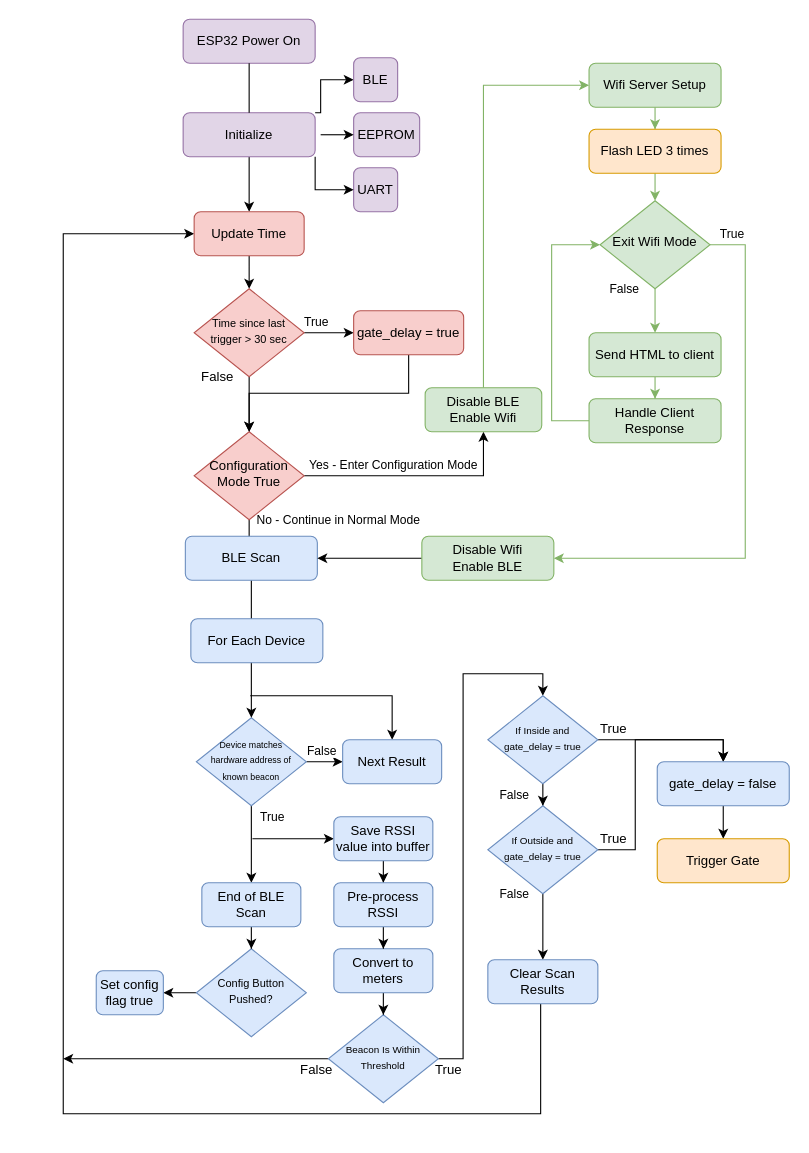
Before: flow_diagrams/Untitled Diagram.drawio in adojang/Tarentaal_X, a draw.io diagram. Source tidied: cells renumbered, new cells numbered last; positions are measured from the earlier drawing's top-left corner, leaving out a move shared by most shapes. Both pictures are drawn from the tidied source at 110%, with x=0, y=0 at pixel (63, 19).
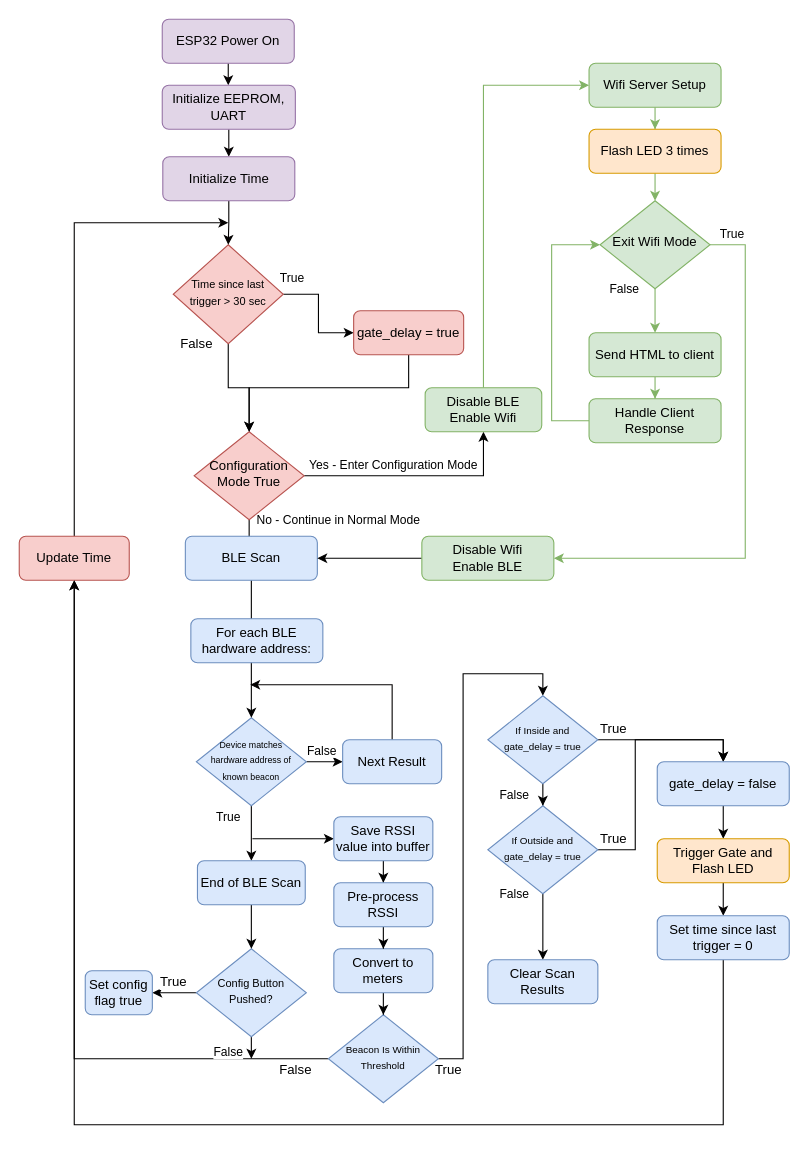
Above is the later version.

Unchanged cells that the change refers to:
```xml
<mxCell id="5" value="Configuration Mode True" style="rhombus;whiteSpace=wrap;html=1;shadow=0;fontFamily=Helvetica;fontSize=12;align=center;strokeWidth=1;spacing=6;spacingTop=-4;fillColor=#f8cecc;strokeColor=#b85450;" parent="1" vertex="1">
  <mxGeometry x="119" y="375" width="100" height="80" as="geometry" />
</mxCell>
<mxCell id="8" value="&lt;font style=&quot;font-size: 8px&quot;&gt;Device matches hardware address of known beacon&lt;/font&gt;" style="rhombus;whiteSpace=wrap;html=1;shadow=0;fontFamily=Helvetica;fontSize=12;align=center;strokeWidth=1;spacing=6;spacingTop=-4;fillColor=#dae8fc;strokeColor=#6c8ebf;" parent="1" vertex="1">
  <mxGeometry x="121" y="635" width="100" height="80" as="geometry" />
</mxCell>
<mxCell id="25" value="gate_delay = true" style="rounded=1;whiteSpace=wrap;html=1;fontSize=12;glass=0;strokeWidth=1;shadow=0;fillColor=#f8cecc;strokeColor=#b85450;" parent="1" vertex="1">
  <mxGeometry x="264" y="265" width="100" height="40" as="geometry" />
</mxCell>
<mxCell id="30" value="Next Result" style="rounded=1;whiteSpace=wrap;html=1;fontSize=12;glass=0;strokeWidth=1;shadow=0;fillColor=#dae8fc;strokeColor=#6c8ebf;" parent="1" vertex="1">
  <mxGeometry x="254" y="655" width="90" height="40" as="geometry" />
</mxCell>
<mxCell id="36" value="&lt;font style=&quot;font-size: 9px&quot;&gt;Beacon Is Within Threshold&lt;/font&gt;" style="rhombus;whiteSpace=wrap;html=1;shadow=0;fontFamily=Helvetica;fontSize=12;align=center;strokeWidth=1;spacing=6;spacingTop=-4;fillColor=#dae8fc;strokeColor=#6c8ebf;" parent="1" vertex="1">
  <mxGeometry x="241" y="905" width="100" height="80" as="geometry" />
</mxCell>
<mxCell id="38" value="&lt;font size=&quot;1&quot;&gt;Config Button Pushed?&lt;/font&gt;" style="rhombus;whiteSpace=wrap;html=1;shadow=0;fontFamily=Helvetica;fontSize=12;align=center;strokeWidth=1;spacing=6;spacingTop=-4;fillColor=#dae8fc;strokeColor=#6c8ebf;" parent="1" vertex="1">
  <mxGeometry x="121" y="845" width="100" height="80" as="geometry" />
</mxCell>
<mxCell id="49" value="Clear Scan Results" style="rounded=1;whiteSpace=wrap;html=1;fontSize=12;glass=0;strokeWidth=1;shadow=0;fillColor=#dae8fc;strokeColor=#6c8ebf;" parent="1" vertex="1">
  <mxGeometry x="386" y="855" width="100" height="40" as="geometry" />
</mxCell>
```

The edit, as a diff of the source:
```diff
@@
+    <mxCell id="13" style="edgeStyle=orthogonalEdgeStyle;rounded=0;jettySize=auto;html=1;entryX=0.5;entryY=0;entryDx=0;entryDy=0;fontSize=11;endArrow=classic;endFill=1;startSize=8;endSize=6;sourcePerimeterSpacing=0;targetPerimeterSpacing=0;strokeColor=#030000;strokeWidth=1;" parent="1" edge="1" source="2" target="12">
+      <mxGeometry relative="1" as="geometry" />
+    </mxCell>
     <mxCell id="2" value="ESP32 Power On" style="rounded=1;whiteSpace=wrap;html=1;fontSize=12;glass=0;strokeWidth=1;shadow=0;fillColor=#e1d5e7;strokeColor=#9673a6;" parent="1" vertex="1">
-      <mxGeometry x="109" width="120" height="40" as="geometry" />
+      <mxGeometry x="90" width="120" height="40" as="geometry" />
     </mxCell>
@@
-    <mxCell id="7" value="True" style="edgeStyle=orthogonalEdgeStyle;rounded=0;sketch=0;jettySize=auto;html=1;entryX=0.5;entryY=0;entryDx=0;entryDy=0;shadow=0;fontColor=#000000;startArrow=none;startFill=0;endArrow=classic;endFill=1;strokeColor=#000000;strokeWidth=1;" parent="1" edge="1" source="8" target="66">
-      <mxGeometry x="-0.71" y="19" relative="1" as="geometry">
-        <Array as="points">
-          <mxPoint x="171" y="785" />
-        </Array>
-      </mxGeometry>
+    <mxCell id="7" value="True" style="edgeStyle=orthogonalEdgeStyle;rounded=0;jettySize=auto;html=1;entryX=0.5;entryY=0;entryDx=0;entryDy=0;fontSize=11;endArrow=classic;endFill=1;startSize=8;endSize=6;sourcePerimeterSpacing=0;targetPerimeterSpacing=0;strokeColor=#030000;strokeWidth=1;" parent="1" edge="1" source="8" target="66">
+      <mxGeometry x="-0.6" y="-21" relative="1" as="geometry" />
     </mxCell>
@@
-    <mxCell id="11" style="edgeStyle=orthogonalEdgeStyle;rounded=0;jettySize=auto;html=1;entryX=0.5;entryY=0;entryDx=0;entryDy=0;endArrow=classic;endFill=1;" parent="1" edge="1" source="12" target="63">
-      <mxGeometry relative="1" as="geometry" />
-    </mxCell>
+    <mxCell id="71" style="edgeStyle=orthogonalEdgeStyle;rounded=0;jettySize=auto;html=1;entryX=0.5;entryY=0;entryDx=0;entryDy=0;fontSize=11;endArrow=classic;endFill=1;startSize=8;endSize=6;sourcePerimeterSpacing=0;targetPerimeterSpacing=0;strokeColor=#030000;strokeWidth=1;" parent="1" edge="1" source="12" target="76">
+      <mxGeometry relative="1" as="geometry" />
+    </mxCell>
-    <mxCell id="12" value="Initialize" style="rounded=1;whiteSpace=wrap;html=1;fontSize=12;glass=0;strokeWidth=1;shadow=0;fillColor=#e1d5e7;strokeColor=#9673a6;" parent="1" vertex="1">
-      <mxGeometry x="109" y="85" width="120" height="40" as="geometry" />
+    <mxCell id="12" value="Initialize EEPROM, UART" style="rounded=1;whiteSpace=wrap;html=1;fontSize=12;glass=0;strokeWidth=1;shadow=0;fillColor=#e1d5e7;strokeColor=#9673a6;" parent="1" vertex="1">
+      <mxGeometry x="90" y="60" width="121" height="40" as="geometry" />
     </mxCell>
-    <mxCell id="13" style="rounded=0;html=1;jettySize=auto;fontSize=11;endArrow=none;endFill=0;endSize=8;strokeWidth=1;shadow=0;labelBackgroundColor=none;edgeStyle=orthogonalEdgeStyle;" parent="1" edge="1" source="2" target="12">
-      <mxGeometry relative="1" as="geometry" />
-    </mxCell>
-    <mxCell id="14" style="edgeStyle=orthogonalEdgeStyle;rounded=0;jettySize=auto;html=1;exitX=1;exitY=0;exitDx=0;exitDy=0;entryX=0;entryY=0.5;entryDx=0;entryDy=0;" parent="1" edge="1" source="12" target="15">
-      <mxGeometry relative="1" as="geometry">
-        <Array as="points">
-          <mxPoint x="234" y="55" />
-        </Array>
-      </mxGeometry>
-    </mxCell>
-    <mxCell id="15" value="BLE" style="rounded=1;whiteSpace=wrap;html=1;fontSize=12;glass=0;strokeWidth=1;shadow=0;fillColor=#e1d5e7;strokeColor=#9673a6;" parent="1" vertex="1">
-      <mxGeometry x="264" y="35" width="40" height="40" as="geometry" />
-    </mxCell>
-    <mxCell id="16" value="EEPROM" style="rounded=1;whiteSpace=wrap;html=1;fontSize=12;glass=0;strokeWidth=1;shadow=0;fillColor=#e1d5e7;strokeColor=#9673a6;" parent="1" vertex="1">
-      <mxGeometry x="264" y="85" width="60" height="40" as="geometry" />
-    </mxCell>
-    <mxCell id="17" value="UART" style="rounded=1;whiteSpace=wrap;html=1;fontSize=12;glass=0;strokeWidth=1;shadow=0;fillColor=#e1d5e7;strokeColor=#9673a6;" parent="1" vertex="1">
-      <mxGeometry x="264" y="135" width="40" height="40" as="geometry" />
-    </mxCell>
-    <mxCell id="18" style="edgeStyle=orthogonalEdgeStyle;rounded=0;jettySize=auto;html=1;entryX=0;entryY=0.5;entryDx=0;entryDy=0;" parent="1" edge="1" target="16">
-      <mxGeometry relative="1" as="geometry">
-        <mxPoint x="234" y="105" as="sourcePoint" />
-      </mxGeometry>
-    </mxCell>
-    <mxCell id="19" style="edgeStyle=orthogonalEdgeStyle;rounded=0;jettySize=auto;html=1;entryX=0;entryY=0.5;entryDx=0;entryDy=0;exitX=1;exitY=1;exitDx=0;exitDy=0;" parent="1" edge="1" source="12" target="17">
-      <mxGeometry relative="1" as="geometry" />
-    </mxCell>
-    <mxCell id="20" style="edgeStyle=orthogonalEdgeStyle;rounded=0;jettySize=auto;html=1;exitX=0.5;exitY=1;exitDx=0;exitDy=0;" parent="1" edge="1" source="63" target="23">
-      <mxGeometry relative="1" as="geometry" />
-    </mxCell>
     <mxCell id="21" value="True" style="edgeStyle=orthogonalEdgeStyle;rounded=0;jettySize=auto;html=1;entryX=0;entryY=0.5;entryDx=0;entryDy=0;" parent="1" edge="1" source="23" target="25">
-      <mxGeometry x="-0.51" y="10" relative="1" as="geometry" />
+      <mxGeometry x="-0.84" y="15" relative="1" as="geometry" />
     </mxCell>
@@
     <mxCell id="23" value="&lt;span style=&quot;font-size: 10px&quot;&gt;Time since last trigger &amp;gt; 30 sec&lt;br&gt;&lt;/span&gt;" style="rhombus;whiteSpace=wrap;html=1;shadow=0;fontFamily=Helvetica;fontSize=12;align=center;strokeWidth=1;spacing=6;spacingTop=-4;fillColor=#f8cecc;strokeColor=#b85450;" parent="1" vertex="1">
-      <mxGeometry x="119" y="245" width="100" height="80" as="geometry" />
+      <mxGeometry x="100" y="205" width="100" height="90" as="geometry" />
     </mxCell>
     <mxCell id="24" style="edgeStyle=orthogonalEdgeStyle;rounded=0;jettySize=auto;html=1;exitX=0.5;exitY=1;exitDx=0;exitDy=0;entryX=0.5;entryY=0;entryDx=0;entryDy=0;endArrow=classic;endFill=1;" parent="1" edge="1" source="25" target="5">
-      <mxGeometry relative="1" as="geometry" />
+      <mxGeometry relative="1" as="geometry">
+        <Array as="points">
+          <mxPoint x="314" y="335" />
+          <mxPoint x="169" y="335" />
+        </Array>
+      </mxGeometry>
     </mxCell>
@@
-    <mxCell id="28" value="For Each Device" style="rounded=1;whiteSpace=wrap;html=1;fontSize=12;glass=0;strokeWidth=1;shadow=0;fillColor=#dae8fc;strokeColor=#6c8ebf;" parent="1" vertex="1">
+    <mxCell id="28" value="For each BLE hardware address:" style="rounded=1;whiteSpace=wrap;html=1;fontSize=12;glass=0;strokeWidth=1;shadow=0;fillColor=#dae8fc;strokeColor=#6c8ebf;" parent="1" vertex="1">
       <mxGeometry x="116" y="545" width="120" height="40" as="geometry" />
     </mxCell>
-    <mxCell id="29" style="edgeStyle=orthogonalEdgeStyle;rounded=0;sketch=0;jettySize=auto;html=1;shadow=0;fontSize=12;fontColor=#000000;startArrow=classic;startFill=1;endArrow=none;endFill=0;strokeColor=#000000;strokeWidth=1;" parent="1" edge="1" source="30">
-      <mxGeometry relative="1" as="geometry">
-        <mxPoint x="170" y="615" as="targetPoint" />
-        <Array as="points">
-          <mxPoint x="299" y="615" />
-        </Array>
-      </mxGeometry>
-    </mxCell>
+    <mxCell id="72" style="edgeStyle=orthogonalEdgeStyle;rounded=0;jettySize=auto;html=1;fontSize=11;endArrow=classic;endFill=1;startSize=8;endSize=6;sourcePerimeterSpacing=0;targetPerimeterSpacing=0;strokeColor=#030000;strokeWidth=1;" parent="1" edge="1" source="30">
+      <mxGeometry relative="1" as="geometry">
+        <mxPoint x="170" y="605" as="targetPoint" />
+        <Array as="points">
+          <mxPoint x="299" y="605" />
+        </Array>
+      </mxGeometry>
+    </mxCell>
@@
-    <mxCell id="35" value="False" style="edgeStyle=orthogonalEdgeStyle;rounded=0;sketch=0;jettySize=auto;html=1;shadow=0;fontSize=12;fontColor=#000000;startArrow=none;startFill=0;endArrow=classic;endFill=1;strokeColor=#000000;strokeWidth=1;" parent="1" edge="1" source="36">
+    <mxCell id="35" value="False" style="edgeStyle=orthogonalEdgeStyle;rounded=0;sketch=0;jettySize=auto;html=1;shadow=0;fontSize=12;fontColor=#000000;startArrow=none;startFill=0;endArrow=classic;endFill=1;strokeColor=#000000;strokeWidth=1;entryX=0.5;entryY=1;entryDx=0;entryDy=0;" parent="1" edge="1" source="36" target="63">
       <mxGeometry x="-0.91" y="10" relative="1" as="geometry">
-        <mxPoint y="945" as="targetPoint" />
+        <Array as="points">
+          <mxPoint x="10" y="945" />
+        </Array>
       </mxGeometry>
     </mxCell>
@@
-    <mxCell id="37" style="edgeStyle=orthogonalEdgeStyle;rounded=0;sketch=0;jettySize=auto;html=1;entryX=1;entryY=0.5;entryDx=0;entryDy=0;shadow=0;fontSize=12;fontColor=#000000;startArrow=none;startFill=0;endArrow=classic;endFill=1;strokeColor=#000000;strokeWidth=1;" parent="1" edge="1" source="38" target="39">
-      <mxGeometry relative="1" as="geometry" />
+    <mxCell id="37" value="True" style="edgeStyle=orthogonalEdgeStyle;rounded=0;sketch=0;jettySize=auto;html=1;entryX=1;entryY=0.5;entryDx=0;entryDy=0;shadow=0;fontSize=12;fontColor=#000000;startArrow=none;startFill=0;endArrow=classic;endFill=1;strokeColor=#000000;strokeWidth=1;" parent="1" edge="1" source="38" target="39">
+      <mxGeometry x="0.05" y="-10" relative="1" as="geometry" />
     </mxCell>
+    <mxCell id="73" value="False" style="edgeStyle=orthogonalEdgeStyle;rounded=0;jettySize=auto;html=1;fontSize=11;endArrow=classic;endFill=1;startSize=8;endSize=6;sourcePerimeterSpacing=0;targetPerimeterSpacing=0;strokeColor=#030000;strokeWidth=1;" parent="1" edge="1" source="38">
+      <mxGeometry x="0.33" y="-21" relative="1" as="geometry">
+        <mxPoint x="171" y="945" as="targetPoint" />
+      </mxGeometry>
+    </mxCell>
@@
     <mxCell id="39" value="Set config flag true" style="rounded=1;whiteSpace=wrap;html=1;fontSize=12;glass=0;strokeWidth=1;shadow=0;fillColor=#dae8fc;strokeColor=#6c8ebf;" parent="1" vertex="1">
-      <mxGeometry x="30" y="865" width="61" height="40" as="geometry" />
+      <mxGeometry x="20" y="865" width="61" height="40" as="geometry" />
     </mxCell>
@@
-    <mxCell id="48" style="edgeStyle=orthogonalEdgeStyle;rounded=0;jettySize=auto;html=1;entryX=0;entryY=0.5;entryDx=0;entryDy=0;endArrow=classic;endFill=1;" parent="1" edge="1" source="49" target="63">
-      <mxGeometry relative="1" as="geometry">
-        <Array as="points">
-          <mxPoint x="434" y="995" />
-          <mxPoint y="995" />
-          <mxPoint y="195" />
-        </Array>
-      </mxGeometry>
-    </mxCell>
@@
-    <mxCell id="63" value="Update Time" style="rounded=1;whiteSpace=wrap;html=1;fontSize=12;glass=0;strokeWidth=1;shadow=0;fillColor=#f8cecc;strokeColor=#b85450;" parent="1" vertex="1">
-      <mxGeometry x="119" y="175" width="100" height="40" as="geometry" />
-    </mxCell>
+    <mxCell id="74" style="edgeStyle=none;rounded=0;jettySize=auto;html=1;entryX=0.5;entryY=0;entryDx=0;entryDy=0;fontSize=11;endArrow=classic;startSize=8;endSize=6;sourcePerimeterSpacing=0;targetPerimeterSpacing=0;strokeColor=#030000;strokeWidth=1;endFill=1;" parent="1" edge="1" source="64" target="79">
+      <mxGeometry relative="1" as="geometry" />
+    </mxCell>
-    <mxCell id="64" value="Trigger Gate" style="rounded=1;whiteSpace=wrap;html=1;fontSize=12;glass=0;strokeWidth=1;shadow=0;fillColor=#ffe6cc;strokeColor=#d79b00;" parent="1" vertex="1">
+    <mxCell id="64" value="Trigger Gate and Flash LED" style="rounded=1;whiteSpace=wrap;html=1;fontSize=12;glass=0;strokeWidth=1;shadow=0;fillColor=#ffe6cc;strokeColor=#d79b00;" parent="1" vertex="1">
       <mxGeometry x="540" y="745" width="120" height="40" as="geometry" />
     </mxCell>
@@
     <mxCell id="66" value="End of BLE Scan" style="rounded=1;whiteSpace=wrap;html=1;fontSize=12;glass=0;strokeWidth=1;shadow=0;fillColor=#dae8fc;strokeColor=#6c8ebf;" parent="1" vertex="1">
-      <mxGeometry x="126" y="785" width="90" height="40" as="geometry" />
+      <mxGeometry x="122" y="765" width="98" height="40" as="geometry" />
     </mxCell>
@@
+    <mxCell id="75" style="edgeStyle=orthogonalEdgeStyle;rounded=0;jettySize=auto;html=1;entryX=0.5;entryY=0;entryDx=0;entryDy=0;fontSize=11;endArrow=classic;endFill=1;startSize=8;endSize=6;sourcePerimeterSpacing=0;targetPerimeterSpacing=0;strokeColor=#030000;strokeWidth=1;" parent="1" edge="1" source="76" target="23">
+      <mxGeometry relative="1" as="geometry" />
+    </mxCell>
+    <mxCell id="76" value="Initialize Time" style="rounded=1;whiteSpace=wrap;html=1;fontSize=12;glass=0;strokeWidth=1;shadow=0;fillColor=#e1d5e7;strokeColor=#9673a6;" parent="1" vertex="1">
+      <mxGeometry x="90.5" y="125" width="120" height="40" as="geometry" />
+    </mxCell>
+    <mxCell id="77" style="edgeStyle=orthogonalEdgeStyle;rounded=0;jettySize=auto;html=1;fontSize=11;endArrow=classic;endFill=1;startSize=8;endSize=6;sourcePerimeterSpacing=0;targetPerimeterSpacing=0;strokeColor=#030000;strokeWidth=1;" parent="1" edge="1" source="63">
+      <mxGeometry relative="1" as="geometry">
+        <mxPoint x="150" y="185" as="targetPoint" />
+        <Array as="points">
+          <mxPoint x="10" y="185" />
+        </Array>
+      </mxGeometry>
+    </mxCell>
+    <mxCell id="63" value="Update Time" style="rounded=1;whiteSpace=wrap;html=1;fontSize=12;glass=0;strokeWidth=1;shadow=0;fillColor=#f8cecc;strokeColor=#b85450;" parent="1" vertex="1">
+      <mxGeometry x="-40" y="470" width="100" height="40" as="geometry" />
+    </mxCell>
+    <mxCell id="78" style="edgeStyle=orthogonalEdgeStyle;rounded=0;jettySize=auto;html=1;fontSize=11;endArrow=classic;endFill=1;startSize=8;endSize=6;sourcePerimeterSpacing=0;targetPerimeterSpacing=0;strokeColor=#030000;strokeWidth=1;entryX=0.5;entryY=1;entryDx=0;entryDy=0;" parent="1" edge="1" source="79" target="63">
+      <mxGeometry relative="1" as="geometry">
+        <Array as="points">
+          <mxPoint x="600" y="1005" />
+          <mxPoint x="10" y="1005" />
+          <mxPoint x="10" y="825" />
+        </Array>
+      </mxGeometry>
+    </mxCell>
+    <mxCell id="79" value="Set time since last trigger = 0" style="rounded=1;whiteSpace=wrap;html=1;fontSize=12;glass=0;strokeWidth=1;shadow=0;fillColor=#dae8fc;strokeColor=#6c8ebf;" parent="1" vertex="1">
+      <mxGeometry x="540" y="815" width="120" height="40" as="geometry" />
+    </mxCell>
```
